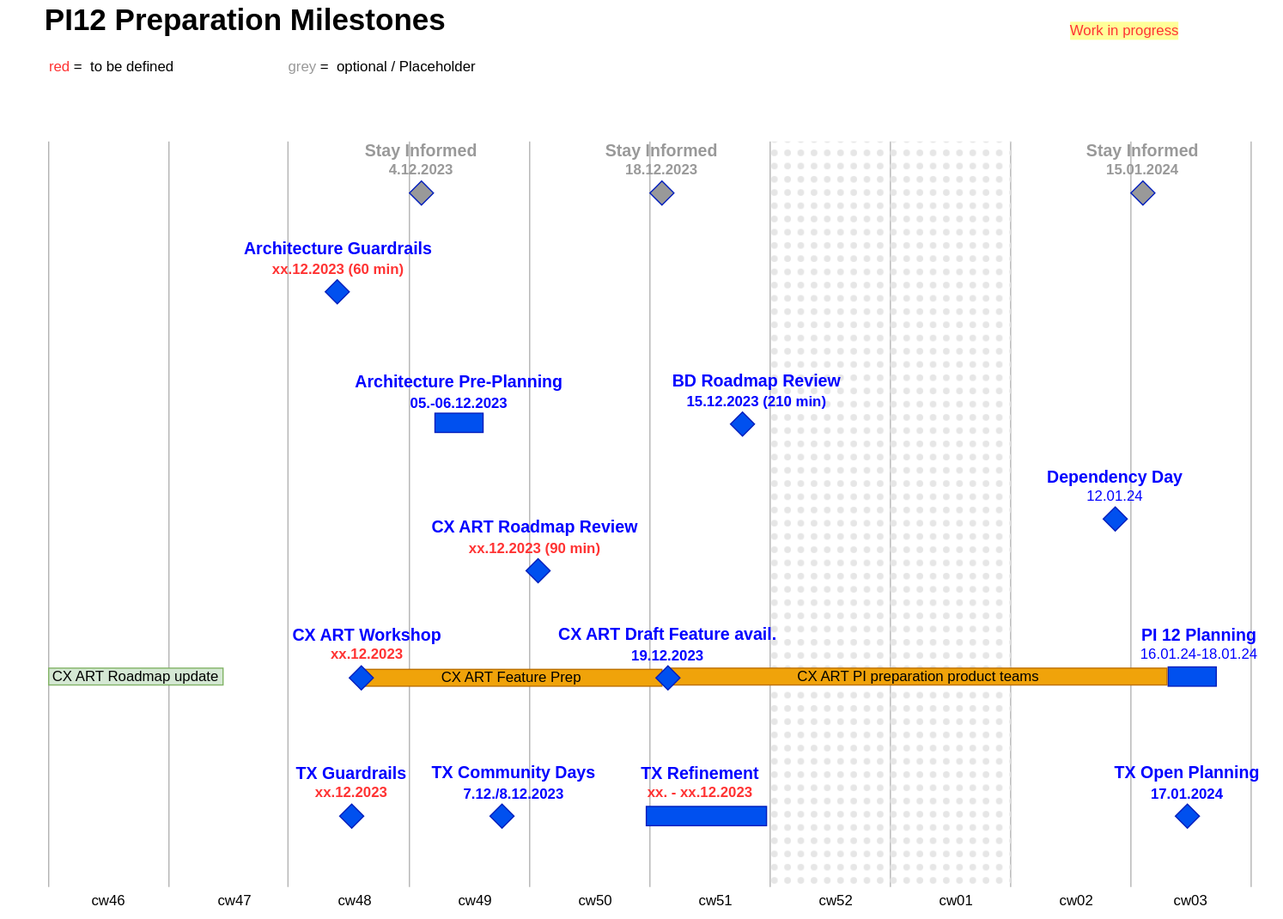
Earlier version of the draw.io export PI12-Preparation-Timeline.drawio.svg (mabige/scratchpad). Source tidied: cells renumbered, new cells last; positions are measured from the earlier drawing's top-left corner, leaving out a move shared by most shapes.
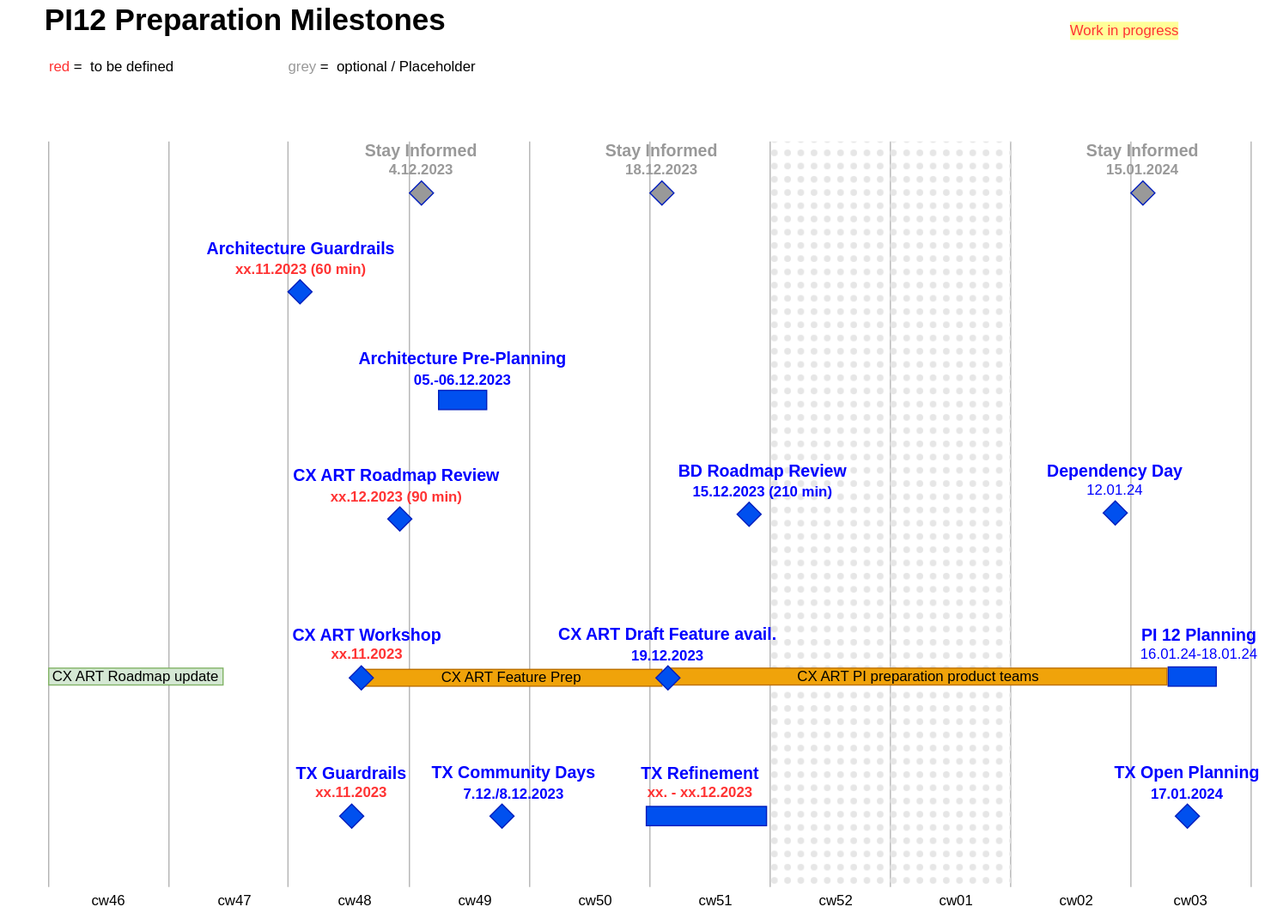
After the commit.

Commit message:
Adjustments of unconfirmed timing proposals

What changed in the source:
```diff
@@ -102,7 +102,7 @@
       <mxGeometry x="640" y="117" width="200" height="620" as="geometry" />
     </mxCell>
     <mxCell id="24" style="group;" parent="1" vertex="1">
-      <mxGeometry x="867" y="388" width="120" height="53" as="geometry" />
+      <mxGeometry x="867" y="383" width="120" height="53" as="geometry" />
     </mxCell>
     <mxCell id="25" style="rhombus;whiteSpace=wrap;html=1;fillColor=#0050ef;fontColor=#ffffff;strokeColor=#001DBC;" parent="24" vertex="1">
       <mxGeometry x="50" y="33" width="20" height="20" as="geometry" />
@@ -137,26 +137,26 @@
     <mxCell id="35" style="rhombus;whiteSpace=wrap;html=1;fillColor=#999999;fontColor=#ffffff;strokeColor=#001DBC;" parent="1" vertex="1">
       <mxGeometry x="940" y="150" width="20" height="20" as="geometry" />
     </mxCell>
-    <mxCell id="36" value="&lt;div style=&quot;font-size: 14px;&quot;&gt;Architecture Guardrails&lt;font style=&quot;font-size: 14px;&quot;&gt;&lt;br&gt;&lt;/font&gt;&lt;font color=&quot;#ff3333&quot; style=&quot;font-size: 12px;&quot;&gt;xx.12.2023&lt;font style=&quot;font-size: 12px;&quot;&gt; (60 min)&lt;br&gt;&lt;/font&gt;&lt;/font&gt;&lt;/div&gt;" style="text;html=1;strokeColor=none;fillColor=none;align=center;verticalAlign=middle;whiteSpace=wrap;rounded=0;fontStyle=1;fontColor=#0000FF;" parent="1" vertex="1">
-      <mxGeometry x="196" y="199" width="170" height="30" as="geometry" />
+    <mxCell id="36" value="&lt;div style=&quot;font-size: 14px;&quot;&gt;Architecture Guardrails&lt;font style=&quot;font-size: 14px;&quot;&gt;&lt;br&gt;&lt;/font&gt;&lt;font color=&quot;#ff3333&quot; style=&quot;font-size: 12px;&quot;&gt;xx.11.2023&lt;font style=&quot;font-size: 12px;&quot;&gt; (60 min)&lt;br&gt;&lt;/font&gt;&lt;/font&gt;&lt;/div&gt;" style="text;html=1;strokeColor=none;fillColor=none;align=center;verticalAlign=middle;whiteSpace=wrap;rounded=0;fontStyle=1;fontColor=#0000FF;" parent="1" vertex="1">
+      <mxGeometry x="165" y="199" width="170" height="30" as="geometry" />
     </mxCell>
     <mxCell id="37" style="rhombus;whiteSpace=wrap;html=1;fillColor=#0050ef;fontColor=#ffffff;strokeColor=#001DBC;" parent="1" vertex="1">
-      <mxGeometry x="270" y="232" width="20" height="20" as="geometry" />
+      <mxGeometry x="239" y="232" width="20" height="20" as="geometry" />
     </mxCell>
     <mxCell id="38" value="&lt;div style=&quot;font-size: 14px;&quot;&gt;&lt;font style=&quot;font-size: 14px;&quot;&gt;CX ART Roadmap Review&lt;br&gt;&lt;/font&gt;&lt;font color=&quot;#ff3333&quot; style=&quot;font-size: 12px;&quot;&gt;xx.12.2023&lt;font style=&quot;font-size: 12px;&quot;&gt; (90 min)&lt;br&gt;&lt;/font&gt;&lt;/font&gt;&lt;/div&gt;" style="text;html=1;strokeColor=none;fillColor=none;align=center;verticalAlign=middle;whiteSpace=wrap;rounded=0;fontStyle=1;fontColor=#0000FF;" parent="1" vertex="1">
-      <mxGeometry x="347" y="431" width="195" height="30" as="geometry" />
+      <mxGeometry x="232" y="388" width="195" height="30" as="geometry" />
     </mxCell>
     <mxCell id="39" style="rhombus;whiteSpace=wrap;html=1;fillColor=#0050ef;fontColor=#ffffff;strokeColor=#001DBC;" parent="1" vertex="1">
-      <mxGeometry x="437" y="464" width="20" height="20" as="geometry" />
+      <mxGeometry x="322" y="421" width="20" height="20" as="geometry" />
     </mxCell>
     <mxCell id="40" value="&lt;div style=&quot;font-size: 14px;&quot;&gt;BD Roadmap Review&lt;font style=&quot;font-size: 14px;&quot;&gt;&lt;br&gt;&lt;/font&gt;&lt;font style=&quot;font-size: 12px;&quot;&gt;15.12.2023&lt;font style=&quot;font-size: 12px;&quot;&gt; (210 min)&lt;br&gt;&lt;/font&gt;&lt;/font&gt;&lt;/div&gt;" style="text;html=1;strokeColor=none;fillColor=none;align=center;verticalAlign=middle;whiteSpace=wrap;rounded=0;fontStyle=1;fontColor=#0000FF;" parent="1" vertex="1">
-      <mxGeometry x="534.5" y="309" width="187.5" height="30" as="geometry" />
+      <mxGeometry x="540" y="384" width="187.5" height="30" as="geometry" />
     </mxCell>
     <mxCell id="41" style="rhombus;whiteSpace=wrap;html=1;fillColor=#0050ef;fontColor=#ffffff;strokeColor=#001DBC;" parent="1" vertex="1">
-      <mxGeometry x="607" y="342" width="20" height="20" as="geometry" />
+      <mxGeometry x="612.5" y="417" width="20" height="20" as="geometry" />
     </mxCell>
     <mxCell id="42" value="&lt;div style=&quot;font-size: 14px;&quot;&gt;Architecture Pre-Planning&lt;font style=&quot;font-size: 14px;&quot;&gt;&lt;br&gt;&lt;/font&gt;&lt;font style=&quot;font-size: 12px;&quot;&gt;05.-06.12.2023&lt;/font&gt;&lt;font style=&quot;font-size: 12px;&quot;&gt;&lt;font style=&quot;font-size: 12px;&quot;&gt;&lt;br&gt;&lt;/font&gt;&lt;/font&gt;&lt;/div&gt;" style="text;html=1;strokeColor=none;fillColor=none;align=center;verticalAlign=middle;whiteSpace=wrap;rounded=0;fontStyle=1;fontColor=#0000FF;" parent="1" vertex="1">
-      <mxGeometry x="285" y="310" width="192.5" height="30" as="geometry" />
+      <mxGeometry x="288" y="291" width="192.5" height="30" as="geometry" />
     </mxCell>
     <mxCell id="43" value="&lt;div style=&quot;font-size: 14px;&quot;&gt;TX Open Planning&lt;font style=&quot;font-size: 14px;&quot;&gt;&lt;br&gt;&lt;/font&gt;&lt;font style=&quot;font-size: 12px;&quot;&gt;17.01.2024&lt;font style=&quot;font-size: 12px;&quot;&gt;&lt;br&gt;&lt;/font&gt;&lt;/font&gt;&lt;/div&gt;" style="text;html=1;strokeColor=none;fillColor=none;align=center;verticalAlign=middle;whiteSpace=wrap;rounded=0;fontStyle=1;fontColor=#0000FF;" parent="1" vertex="1">
       <mxGeometry x="907" y="635" width="160" height="30" as="geometry" />
@@ -167,7 +167,7 @@
     <mxCell id="45" value="&lt;div&gt;&lt;font style=&quot;font-size: 14px;&quot;&gt;TX Refinement&lt;/font&gt;&lt;font style=&quot;font-size: 14px;&quot;&gt;&lt;br&gt;&lt;/font&gt;&lt;font color=&quot;#ff3333&quot; style=&quot;font-size: 12px;&quot;&gt;xx. - xx.12.2023&lt;font style=&quot;font-size: 12px;&quot;&gt;&lt;br&gt;&lt;/font&gt;&lt;/font&gt;&lt;/div&gt;" style="text;html=1;strokeColor=none;fillColor=none;align=center;verticalAlign=middle;whiteSpace=wrap;rounded=0;fontStyle=1;fontColor=#0000FF;" parent="1" vertex="1">
       <mxGeometry x="522" y="635" width="120" height="30" as="geometry" />
     </mxCell>
-    <mxCell id="46" value="&lt;div&gt;&lt;font style=&quot;font-size: 14px;&quot;&gt;TX Guardrails&lt;/font&gt;&lt;font style=&quot;font-size: 14px;&quot;&gt;&lt;br&gt;&lt;/font&gt;&lt;font color=&quot;#ff3333&quot; style=&quot;font-size: 12px;&quot;&gt;xx.12.2023&lt;font style=&quot;font-size: 12px;&quot;&gt;&lt;br&gt;&lt;/font&gt;&lt;/font&gt;&lt;/div&gt;" style="text;html=1;strokeColor=none;fillColor=none;align=center;verticalAlign=middle;whiteSpace=wrap;rounded=0;fontStyle=1;fontColor=#0000FF;" parent="1" vertex="1">
+    <mxCell id="46" value="&lt;div&gt;&lt;font style=&quot;font-size: 14px;&quot;&gt;TX Guardrails&lt;/font&gt;&lt;font style=&quot;font-size: 14px;&quot;&gt;&lt;br&gt;&lt;/font&gt;&lt;font color=&quot;#ff3333&quot; style=&quot;font-size: 12px;&quot;&gt;xx.11.2023&lt;font style=&quot;font-size: 12px;&quot;&gt;&lt;br&gt;&lt;/font&gt;&lt;/font&gt;&lt;/div&gt;" style="text;html=1;strokeColor=none;fillColor=none;align=center;verticalAlign=middle;whiteSpace=wrap;rounded=0;fontStyle=1;fontColor=#0000FF;" parent="1" vertex="1">
       <mxGeometry x="232" y="635" width="120" height="30" as="geometry" />
     </mxCell>
     <mxCell id="47" style="rhombus;whiteSpace=wrap;html=1;fillColor=#0050ef;fontColor=#ffffff;strokeColor=#001DBC;" parent="1" vertex="1">
@@ -179,7 +179,7 @@
     <mxCell id="49" style="rhombus;whiteSpace=wrap;html=1;fillColor=#0050ef;fontColor=#ffffff;strokeColor=#001DBC;" parent="1" vertex="1">
       <mxGeometry x="407" y="668" width="20" height="20" as="geometry" />
     </mxCell>
-    <mxCell id="50" value="&lt;div&gt;&lt;font style=&quot;font-size: 14px;&quot;&gt;CX ART Workshop&lt;/font&gt;&lt;font style=&quot;font-size: 14px;&quot;&gt;&lt;br&gt;&lt;/font&gt;&lt;font color=&quot;#ff3333&quot; style=&quot;font-size: 12px;&quot;&gt;xx.12.2023&lt;font style=&quot;font-size: 12px;&quot;&gt;&lt;br&gt;&lt;/font&gt;&lt;/font&gt;&lt;/div&gt;" style="text;html=1;strokeColor=none;fillColor=none;align=center;verticalAlign=middle;whiteSpace=wrap;rounded=0;fontStyle=1;fontColor=#0000FF;" parent="1" vertex="1">
+    <mxCell id="50" value="&lt;div&gt;&lt;font style=&quot;font-size: 14px;&quot;&gt;CX ART Workshop&lt;/font&gt;&lt;font style=&quot;font-size: 14px;&quot;&gt;&lt;br&gt;&lt;/font&gt;&lt;font color=&quot;#ff3333&quot; style=&quot;font-size: 12px;&quot;&gt;xx.11.2023&lt;font style=&quot;font-size: 12px;&quot;&gt;&lt;br&gt;&lt;/font&gt;&lt;/font&gt;&lt;/div&gt;" style="text;html=1;strokeColor=none;fillColor=none;align=center;verticalAlign=middle;whiteSpace=wrap;rounded=0;fontStyle=1;fontColor=#0000FF;" parent="1" vertex="1">
       <mxGeometry x="215" y="520" width="180" height="30" as="geometry" />
     </mxCell>
     <mxCell id="51" value="&lt;div style=&quot;font-size: 14px;&quot;&gt;CX ART Draft Feature&lt;font style=&quot;font-size: 14px;&quot;&gt; avail.&lt;br&gt;&lt;/font&gt;&lt;font style=&quot;font-size: 12px;&quot;&gt;19.12.2023&lt;font style=&quot;font-size: 12px;&quot;&gt;&lt;br&gt;&lt;/font&gt;&lt;/font&gt;&lt;/div&gt;" style="text;html=1;strokeColor=none;fillColor=none;align=center;verticalAlign=middle;whiteSpace=wrap;rounded=0;fontStyle=1;fontColor=#0000FF;" parent="1" vertex="1">
@@ -189,7 +189,7 @@
       <mxGeometry x="35" width="490" height="30" as="geometry" />
     </mxCell>
     <mxCell id="53" style="rounded=0;whiteSpace=wrap;html=1;fillColor=#0050ef;fontColor=#ffffff;strokeColor=#001DBC;" parent="1" vertex="1">
-      <mxGeometry x="361.2" y="343" width="40" height="16" as="geometry" />
+      <mxGeometry x="364.2" y="324" width="40" height="16" as="geometry" />
     </mxCell>
     <mxCell id="54" style="rounded=0;whiteSpace=wrap;html=1;fillColor=#0050ef;fontColor=#ffffff;strokeColor=#001DBC;" parent="1" vertex="1">
       <mxGeometry x="537" y="670" width="100" height="16" as="geometry" />
```
